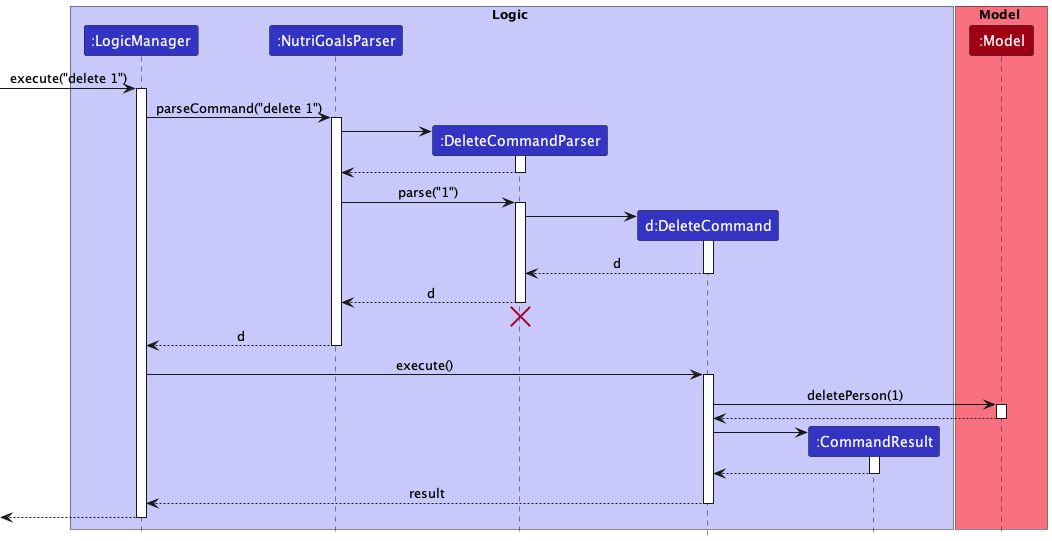
Before: docs/images/DeleteSequenceDiagram.png, a diagram exported from PlantUML (nus-cs2103-AY2223S1/tp).
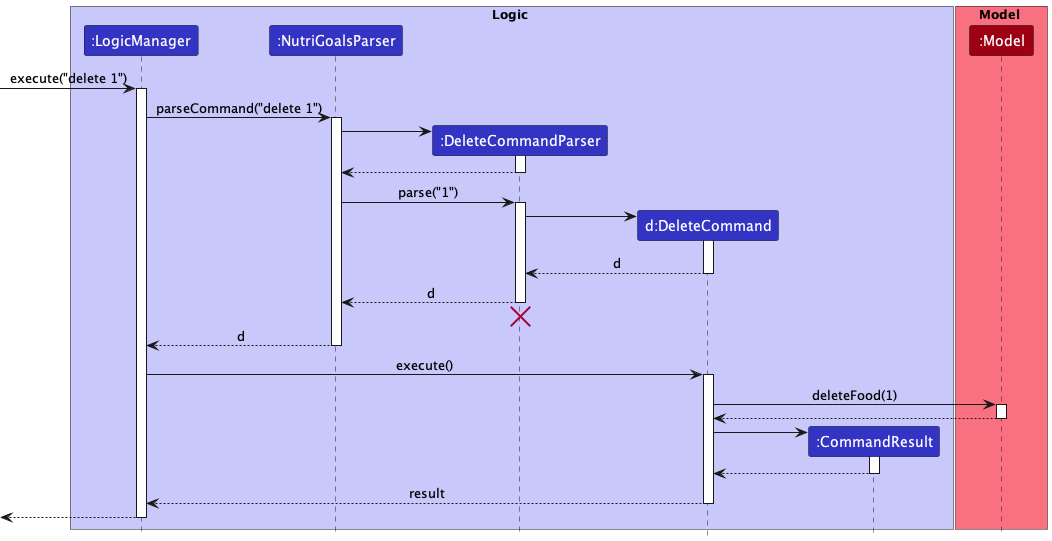
The same diagram one commit later.

What changed in the source:
```diff
@@ -47,7 +47,7 @@
 LogicManager -> DeleteCommand : execute()
 activate DeleteCommand
 
-DeleteCommand -> Model : deletePerson(1)
+DeleteCommand -> Model : deleteFood(1)
 activate Model
 
 Model --> DeleteCommand
```
